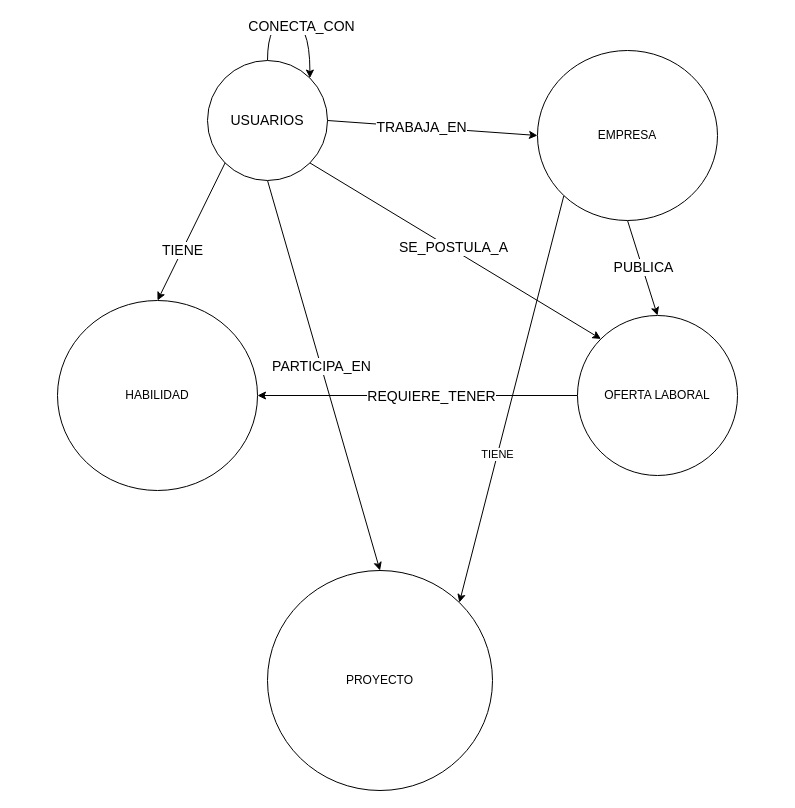
Above: schema.drawio in LuisCM10/Proyecto_I-D_BD (draw.io), before the change. Source tidied: cells renumbered, new cells numbered last; positions are measured from the earlier drawing's top-left corner, leaving out a move shared by most shapes. Both pictures are drawn from the tidied source at 100%, with x=0, y=0 at pixel (57, 20).
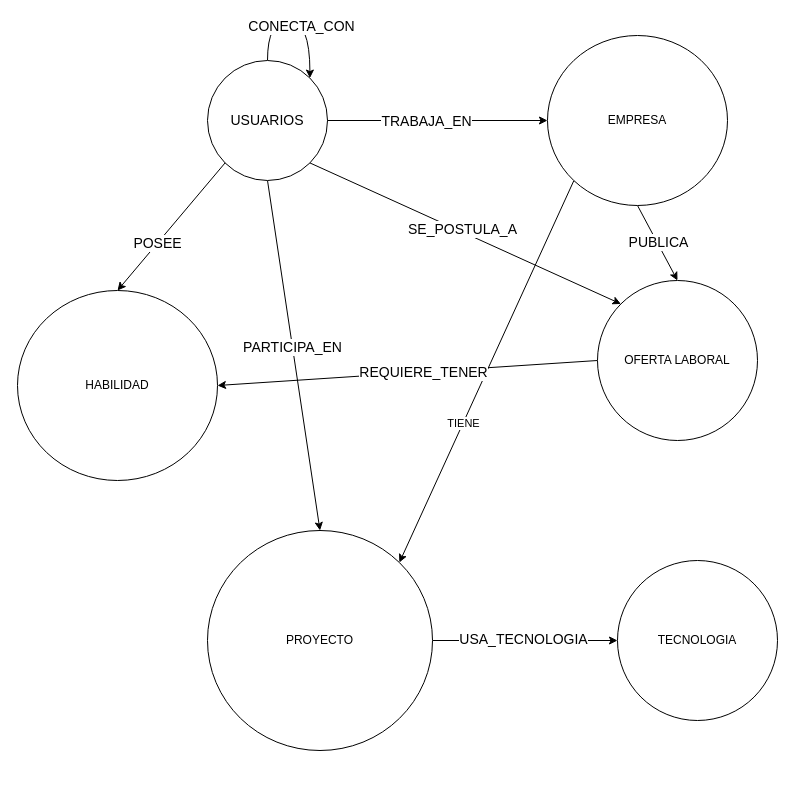
The same diagram, later.

Commit message (it also covers changes not shown here):
metodos de relaciones añadidos, esquema actualizado

The change refers to these unchanged cells:
```xml
<mxCell id="21" style="edgeStyle=none;jettySize=auto;html=1;exitX=0;exitY=1;exitDx=0;exitDy=0;entryX=0.5;entryY=0;entryDx=0;entryDy=0;fontSize=14;" parent="1" edge="1" source="8" target="14">
  <mxGeometry relative="1" as="geometry" />
</mxCell>
```

Diff of the diagram source:
```diff
@@
     <mxCell id="13" value="EMPRESA" style="ellipse;whiteSpace=wrap;html=1;shapeInside=1;" parent="1" vertex="1">
-      <mxGeometry x="480" y="30" width="180" height="170" as="geometry" />
+      <mxGeometry x="490" y="15" width="180" height="170" as="geometry" />
     </mxCell>
     <mxCell id="14" value="HABILIDAD" style="ellipse;whiteSpace=wrap;html=1;shapeInside=1;" parent="1" vertex="1">
-      <mxGeometry y="280" width="200" height="190" as="geometry" />
+      <mxGeometry x="-40" y="270" width="200" height="190" as="geometry" />
     </mxCell>
+    <mxCell id="23" style="edgeStyle=none;html=1;exitX=1;exitY=0.5;exitDx=0;exitDy=0;entryX=0;entryY=0.5;entryDx=0;entryDy=0;" parent="1" edge="1" source="15" target="25">
+      <mxGeometry relative="1" as="geometry" />
+    </mxCell>
+    <mxCell id="24" value="&lt;font style=&quot;font-size: 14px;&quot;&gt;USA_TECNOLOGIA&lt;/font&gt;" style="edgeLabel;html=1;align=center;verticalAlign=middle;inheritText=1;" parent="23" vertex="1">
+      <mxGeometry x="-0.03" y="2" relative="1" as="geometry" />
+    </mxCell>
     <mxCell id="15" value="PROYECTO" style="ellipse;whiteSpace=wrap;html=1;shapeInside=1;" parent="1" vertex="1">
-      <mxGeometry x="210" y="550" width="225" height="220" as="geometry" />
+      <mxGeometry x="150" y="510" width="225" height="220" as="geometry" />
     </mxCell>
@@
     <mxCell id="18" value="OFERTA LABORAL" style="ellipse;whiteSpace=wrap;html=1;shapeInside=1;" parent="1" vertex="1">
-      <mxGeometry x="520" y="295" width="160" height="160" as="geometry" />
+      <mxGeometry x="540" y="260" width="160" height="160" as="geometry" />
     </mxCell>
@@
-    <mxCell id="22" value="TIENE" style="edgeLabel;html=1;align=center;verticalAlign=middle;inheritText=1;fontSize=14;" parent="21" vertex="1">
+    <mxCell id="22" value="POSEE" style="edgeLabel;html=1;align=center;verticalAlign=middle;inheritText=1;fontSize=14;" parent="21" vertex="1">
       <mxGeometry x="0.26" relative="1" as="geometry" />
     </mxCell>
+    <mxCell id="25" value="TECNOLOGIA" style="ellipse;whiteSpace=wrap;html=1;shapeInside=1;" parent="1" vertex="1">
+      <mxGeometry x="560" y="540" width="160" height="160" as="geometry" />
+    </mxCell>
```
